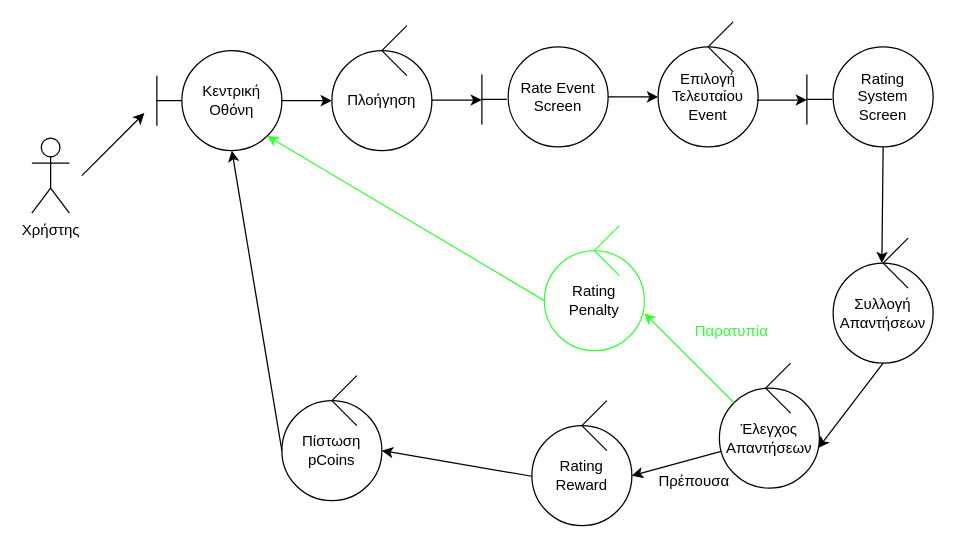
Earlier version of the draw.io diagram images/3.drawio (dairuinz/software_technology). Source tidied: cells renumbered, new cells numbered last; positions are measured from the earlier drawing's top-left corner, leaving out a move shared by most shapes. Both pictures are drawn from the tidied source at 125%, with x=0, y=0 at pixel (31, 21).
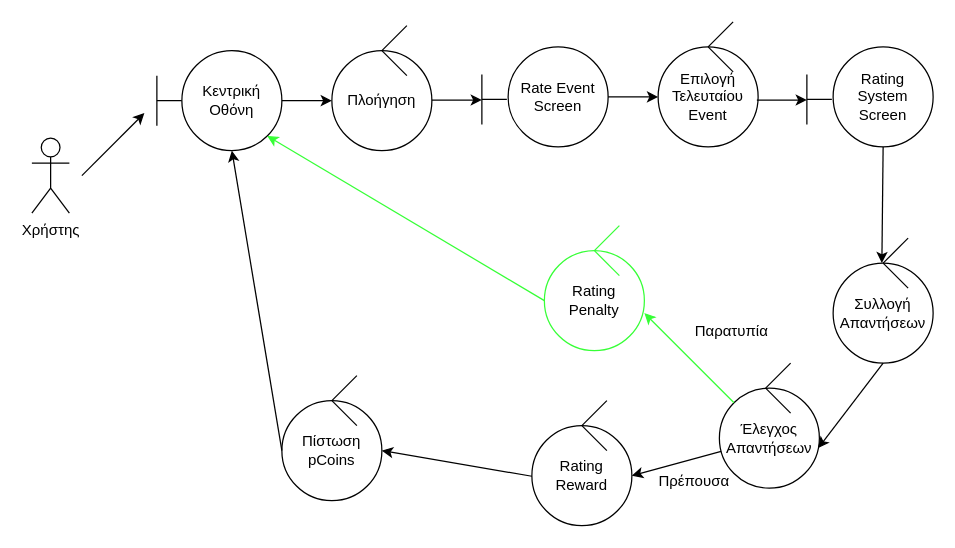
Above is the later version.

The edit, as a diff of the source:
```diff
@@
-    <mxCell id="42" value="Παρατυπία" style="text;html=1;strokeColor=none;fillColor=none;align=center;verticalAlign=middle;whiteSpace=wrap;rounded=0;fontColor=#36FF36;" parent="1" vertex="1">
+    <mxCell id="42" value="Παρατυπία" style="text;html=1;strokeColor=none;fillColor=none;align=center;verticalAlign=middle;whiteSpace=wrap;rounded=0;fontColor=#000000;" parent="1" vertex="1">
       <mxGeometry x="530" y="233" width="60" height="30" as="geometry" />
     </mxCell>
```
